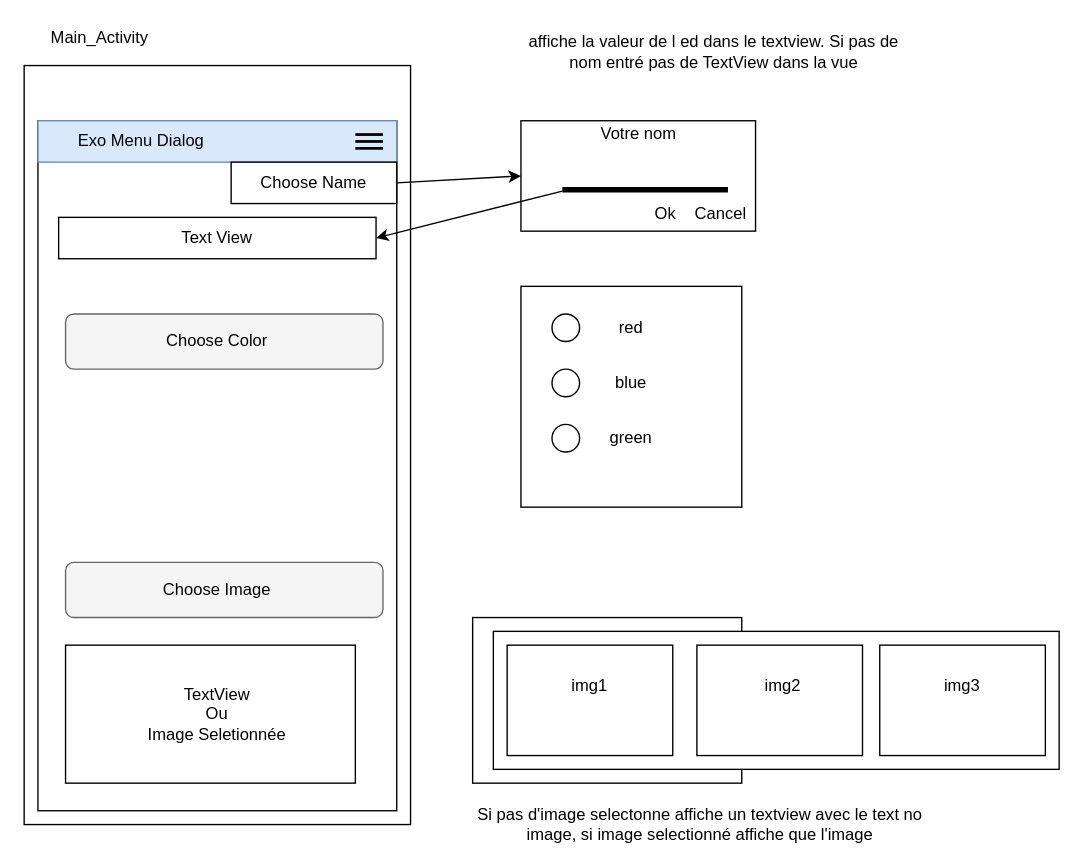
The draw.io diagram exoClasseSujet/05-menu-alert-dialog/exo_menu_alert.drawio in arseneRuben/androidLearning, before the edit. Source tidied: cells renumbered, new cells numbered last; positions are measured from the earlier drawing's top-left corner, leaving out a move shared by most shapes. Both pictures are drawn from the tidied source at 138%, with x=0, y=0 at pixel (23, 23).
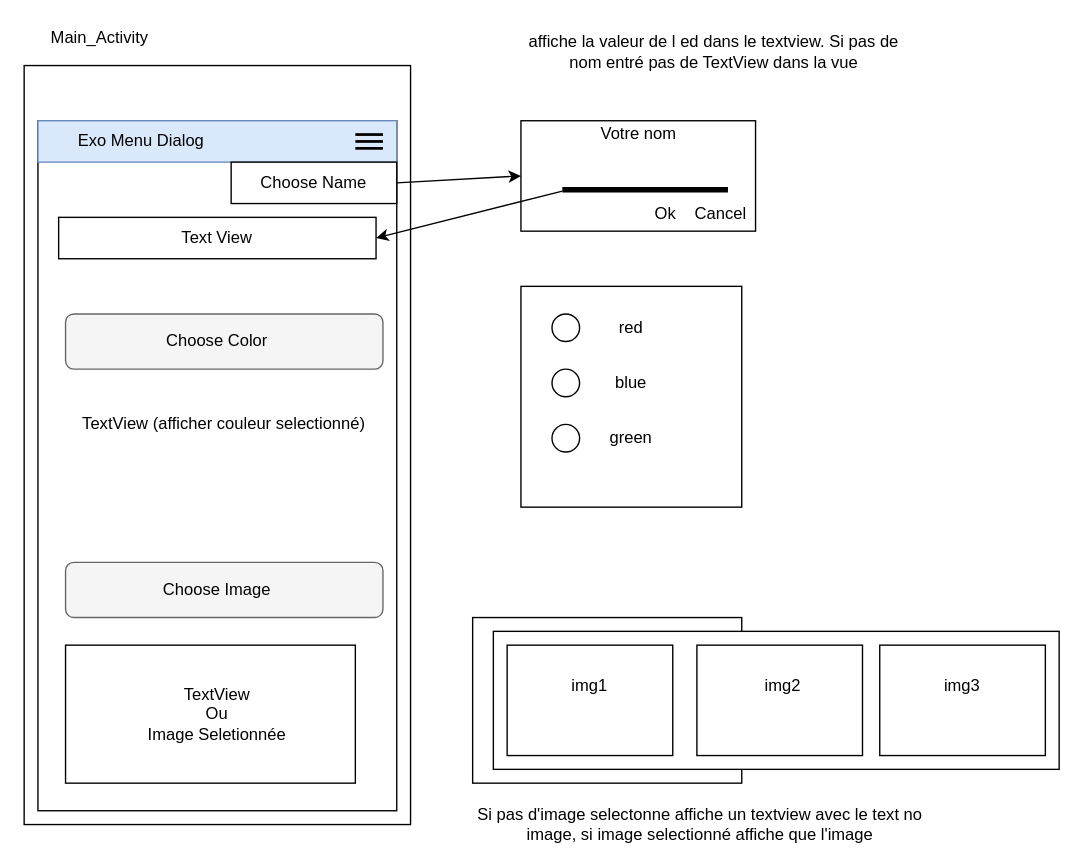
Above is the later version.

Commit message:
update sujet ad et menu

Diff of the diagram source:
```diff
@@
+    <mxCell id="44" value="TextView (afficher couleur selectionné)" style="text;html=1;strokeColor=none;fillColor=none;align=center;verticalAlign=middle;whiteSpace=wrap;rounded=0;" parent="1" vertex="1">
+      <mxGeometry x="40" y="280" width="210" height="20" as="geometry" />
+    </mxCell>
```
